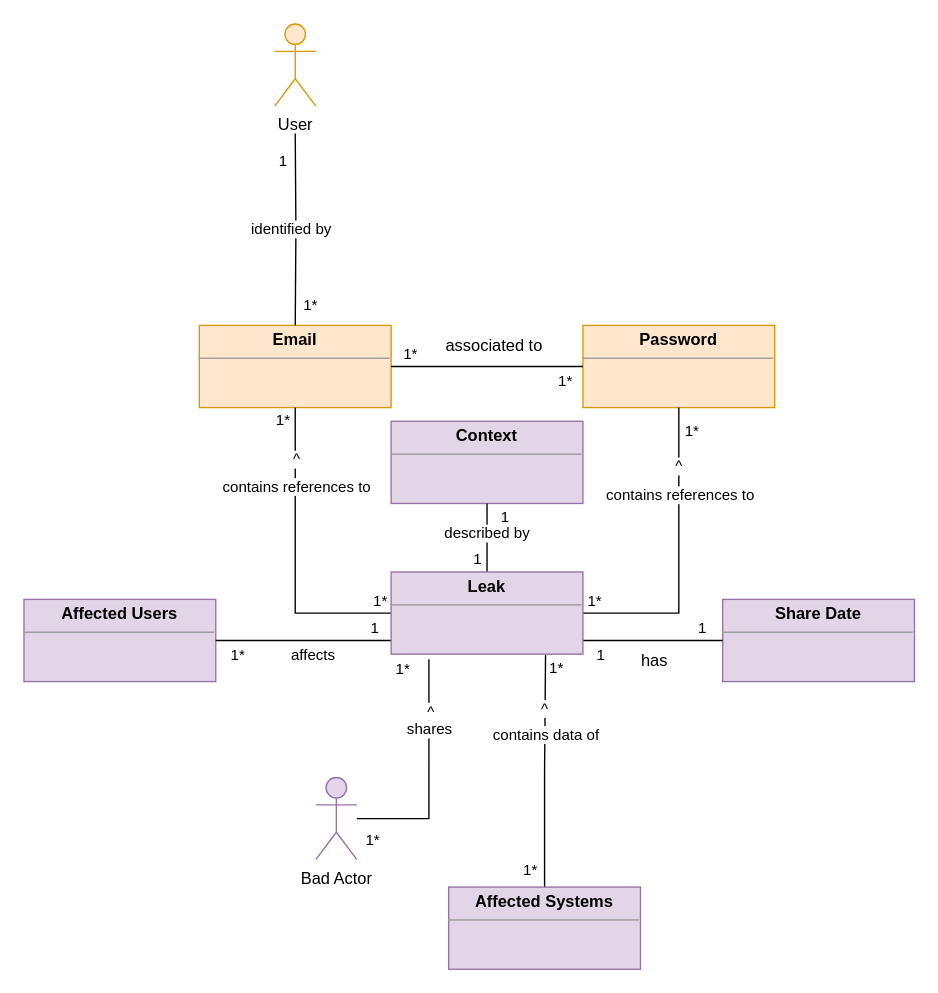
Before: core/src/001-domain-model.drawio in palavrapasse/docs, a draw.io diagram. Source tidied: cells renumbered, new cells numbered last; positions are measured from the earlier drawing's top-left corner, leaving out a move shared by most shapes. Both pictures are drawn from the tidied source at 137%, with x=0, y=0 at pixel (23, 23).
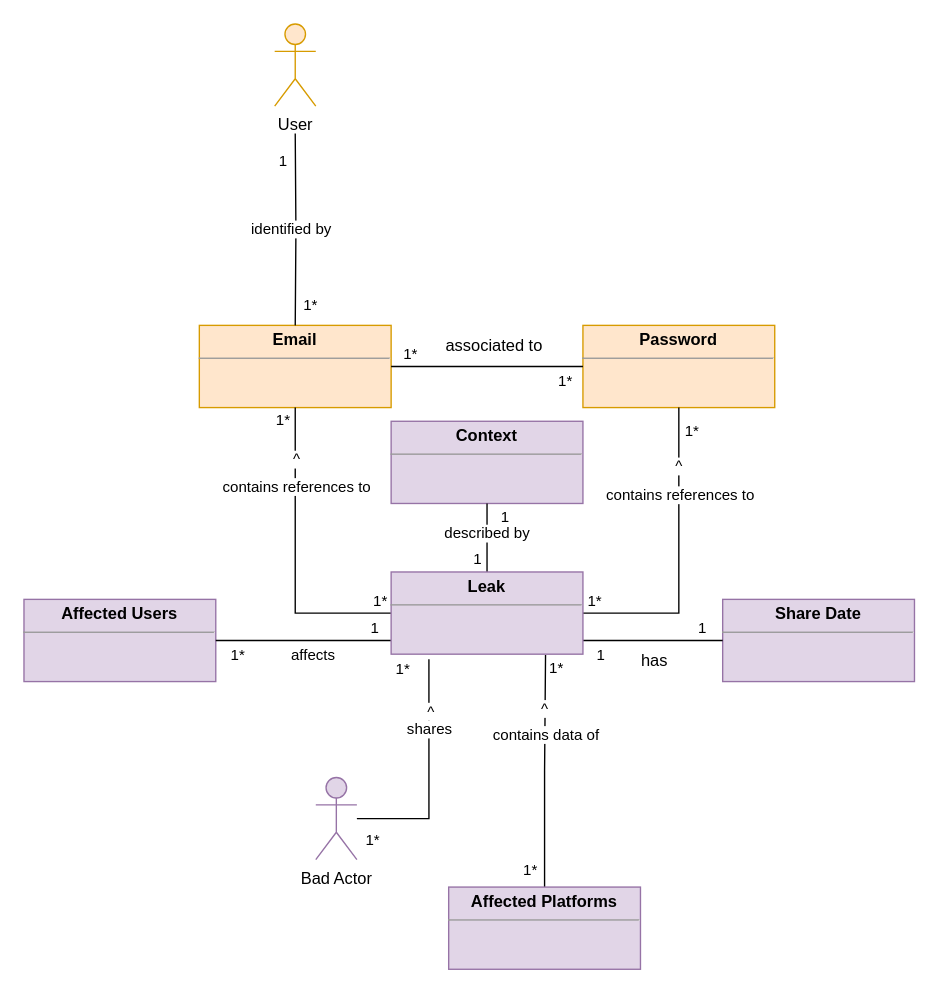
The same diagram, later.

Commit message (it also covers changes not shown here):
bugfix: rename affected systems - affected platforms

What changed in the source:
```diff
@@
-    <mxCell id="11" value="&lt;p style=&quot;margin:0px;margin-top:4px;text-align:center;&quot;&gt;&lt;b&gt;Affected Systems&lt;/b&gt;&lt;/p&gt;&lt;hr size=&quot;1&quot;&gt;&lt;div style=&quot;height:2px;&quot;&gt;&lt;/div&gt;" style="verticalAlign=top;align=left;overflow=fill;fontSize=12;fontFamily=Helvetica;html=1;fillColor=#e1d5e7;strokeColor=#9673a6;" parent="1" vertex="1">
+    <mxCell id="11" value="&lt;p style=&quot;margin:0px;margin-top:4px;text-align:center;&quot;&gt;&lt;b&gt;Affected Platforms&lt;/b&gt;&lt;/p&gt;&lt;hr size=&quot;1&quot;&gt;&lt;div style=&quot;height:2px;&quot;&gt;&lt;/div&gt;" style="verticalAlign=top;align=left;overflow=fill;fontSize=12;fontFamily=Helvetica;html=1;fillColor=#e1d5e7;strokeColor=#9673a6;" parent="1" vertex="1">
       <mxGeometry x="310" y="630" width="140" height="60" as="geometry" />
     </mxCell>
```
